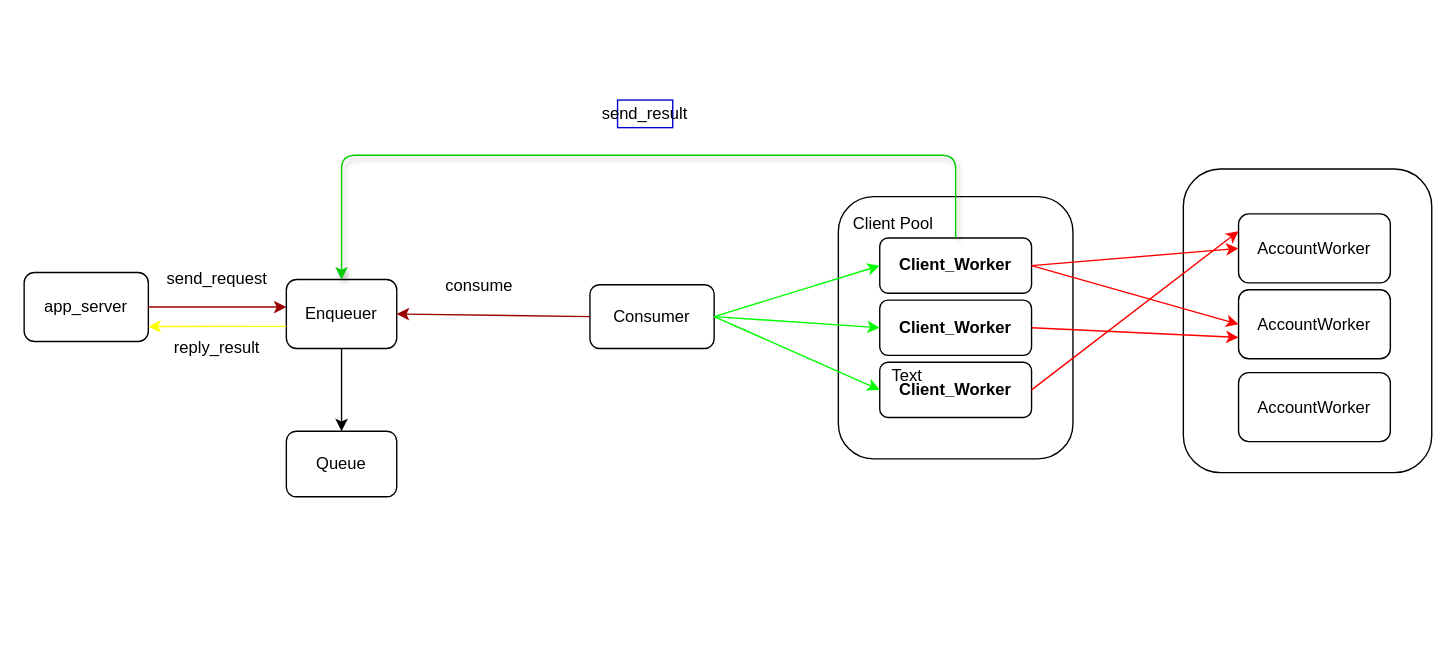
This is system.drawio from sanzor/Banking-Application, a draw.io file, before an edit. Source tidied: cells renumbered, new cells numbered last; positions are measured from the earlier drawing's top-left corner, leaving out a move shared by most shapes. Both pictures are drawn from the tidied source at 138%, with x=0, y=0 at pixel (23, 99).
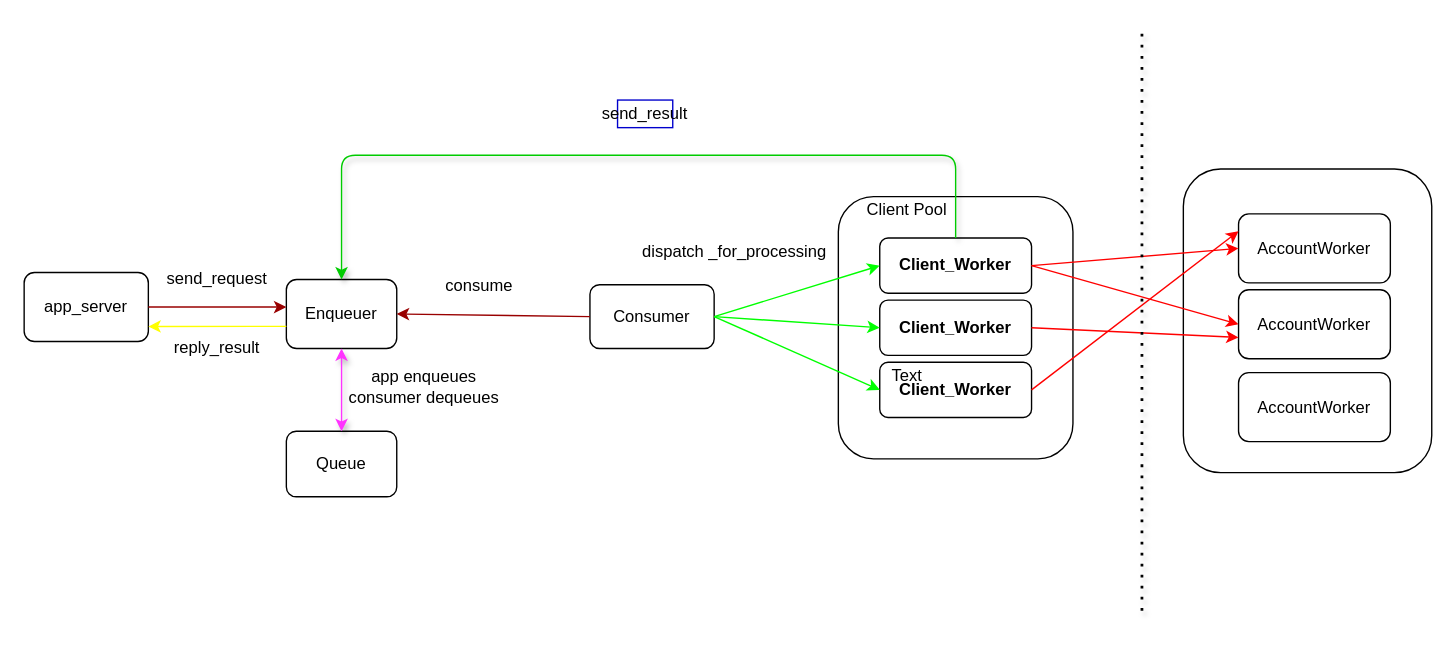
The same page after the edit.

Unchanged cells that the change refers to:
```xml
<mxCell id="4" value="Enqueuer" style="rounded=1;whiteSpace=wrap;html=1;" parent="1" vertex="1">
  <mxGeometry x="190" y="130" width="80" height="50" as="geometry" />
</mxCell>
<mxCell id="22" value="Queue" style="rounded=1;whiteSpace=wrap;html=1;" parent="1" vertex="1">
  <mxGeometry x="190" y="240" width="80" height="47.5" as="geometry" />
</mxCell>
```

Diff of the diagram source:
```diff
@@
-    <mxCell id="23" style="endArrow=classic;html=1;exitX=0.5;exitY=1;exitDx=0;exitDy=0;entryX=0.5;entryY=0;entryDx=0;entryDy=0;" parent="1" edge="1" source="4" target="22">
-      <mxGeometry relative="1" as="geometry" />
-    </mxCell>
@@
     <mxCell id="25" value="Client Pool" style="text;html=1;strokeColor=none;fillColor=none;align=center;verticalAlign=middle;whiteSpace=wrap;rounded=0;" parent="1" vertex="1">
-      <mxGeometry x="580" y="80" width="100" height="20" as="geometry" />
+      <mxGeometry x="590" y="70" width="100" height="20" as="geometry" />
     </mxCell>
@@
+    <mxCell id="32" style="endArrow=none;dashed=1;html=1;dashPattern=1 3;strokeWidth=2;shadow=1;fillColor=#FF0000;" parent="1" edge="1">
+      <mxGeometry relative="1" as="geometry">
+        <mxPoint x="810" y="370" as="sourcePoint" />
+        <mxPoint x="810" y="-50" as="targetPoint" />
+      </mxGeometry>
+    </mxCell>
+    <mxCell id="33" value="dispatch _for_processing" style="text;html=1;strokeColor=none;fillColor=none;align=center;verticalAlign=middle;whiteSpace=wrap;rounded=0;" parent="1" vertex="1">
+      <mxGeometry x="440" y="100" width="150" height="20" as="geometry" />
+    </mxCell>
+    <mxCell id="34" style="endArrow=classic;startArrow=classic;html=1;shadow=1;strokeColor=#FF33FF;fillColor=#FF0000;exitX=0.5;exitY=0;exitDx=0;exitDy=0;entryX=0.5;entryY=1;entryDx=0;entryDy=0;" parent="1" edge="1" source="22" target="4">
+      <mxGeometry relative="1" as="geometry" />
+    </mxCell>
+    <mxCell id="35" value="app enqueues&lt;br&gt;consumer dequeues" style="text;html=1;strokeColor=none;fillColor=none;align=center;verticalAlign=middle;whiteSpace=wrap;rounded=0;" parent="1" vertex="1">
+      <mxGeometry x="230" y="197.5" width="120" height="20" as="geometry" />
+    </mxCell>
```
